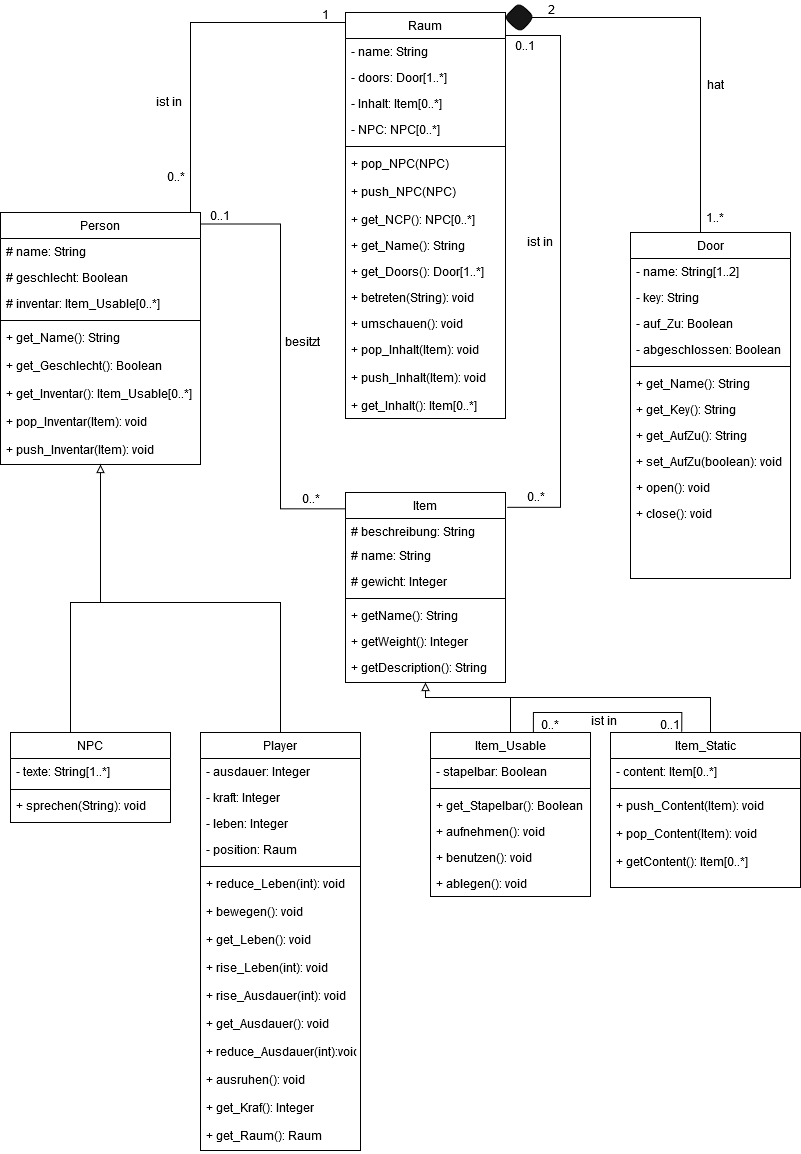
Before: Klassendiagram.png, a diagram exported from draw.io (Elegond/AE-Text-Adventure). Source tidied: cells renumbered, new cells last; positions are measured from the earlier drawing's top-left corner, leaving out a move shared by most shapes.
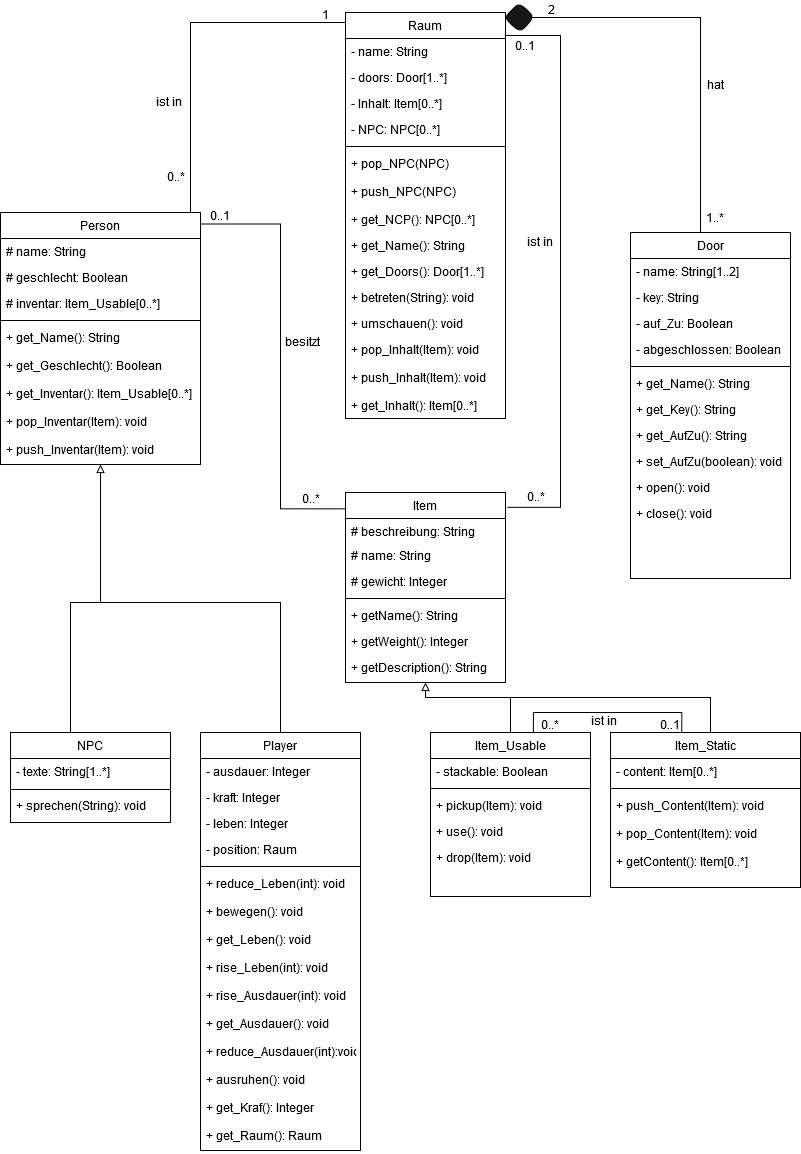
After the commit.

What changed in the source:
```diff
@@ -168,23 +168,20 @@
     <mxCell id="47" value="Item_Usable" style="swimlane;fontStyle=0;align=center;verticalAlign=top;horizontal=1;startSize=26;rounded=0;shadow=0;strokeWidth=1;" parent="1" vertex="1">
       <mxGeometry x="430" y="732" width="160" height="164" as="geometry" />
     </mxCell>
-    <mxCell id="48" value="- stapelbar: Boolean" style="text;align=left;verticalAlign=top;spacingLeft=4;spacingRight=4;overflow=hidden;" parent="47" vertex="1">
+    <mxCell id="48" value="- stackable: Boolean" style="text;align=left;verticalAlign=top;spacingLeft=4;spacingRight=4;overflow=hidden;" parent="47" vertex="1">
       <mxGeometry y="26" width="160" height="26" as="geometry" />
     </mxCell>
     <mxCell id="49" style="line;html=1;strokeWidth=1;align=left;verticalAlign=middle;spacingTop=-1;spacingLeft=3;spacingRight=3;labelPosition=right;" parent="47" vertex="1">
       <mxGeometry y="52" width="160" height="8" as="geometry" />
     </mxCell>
-    <mxCell id="50" value="+ get_Stapelbar(): Boolean" style="text;align=left;verticalAlign=top;spacingLeft=4;spacingRight=4;overflow=hidden;" parent="47" vertex="1">
-      <mxGeometry y="60" width="160" height="26" as="geometry" />
-    </mxCell>
-    <mxCell id="51" value="+ aufnehmen(): void" style="text;align=left;verticalAlign=top;spacingLeft=4;spacingRight=4;overflow=hidden;fontStyle=0;" parent="47" vertex="1">
-      <mxGeometry y="86" width="160" height="26" as="geometry" />
+    <mxCell id="51" value="+ pickup(Item): void" style="text;align=left;verticalAlign=top;spacingLeft=4;spacingRight=4;overflow=hidden;fontStyle=0;" parent="47" vertex="1">
+      <mxGeometry y="60" width="160" height="26" as="geometry" />
     </mxCell>
-    <mxCell id="52" value="+ benutzen(): void" style="text;align=left;verticalAlign=top;spacingLeft=4;spacingRight=4;overflow=hidden;" parent="47" vertex="1">
-      <mxGeometry y="112" width="160" height="26" as="geometry" />
+    <mxCell id="52" value="+ use(): void" style="text;align=left;verticalAlign=top;spacingLeft=4;spacingRight=4;overflow=hidden;" parent="47" vertex="1">
+      <mxGeometry y="86" width="160" height="26" as="geometry" />
     </mxCell>
-    <mxCell id="53" value="+ ablegen(): void" style="text;align=left;verticalAlign=top;spacingLeft=4;spacingRight=4;overflow=hidden;" parent="47" vertex="1">
-      <mxGeometry y="138" width="160" height="26" as="geometry" />
+    <mxCell id="53" value="+ drop(Item): void" style="text;align=left;verticalAlign=top;spacingLeft=4;spacingRight=4;overflow=hidden;" parent="47" vertex="1">
+      <mxGeometry y="112" width="160" height="26" as="geometry" />
     </mxCell>
     <mxCell id="54" style="edgeStyle=orthogonalEdgeStyle;rounded=0;jettySize=auto;html=1;endArrow=none;endFill=0;entryX=0;entryY=1;entryDx=0;entryDy=0;" parent="1" edge="1" source="55" target="68">
       <mxGeometry relative="1" as="geometry">
```
